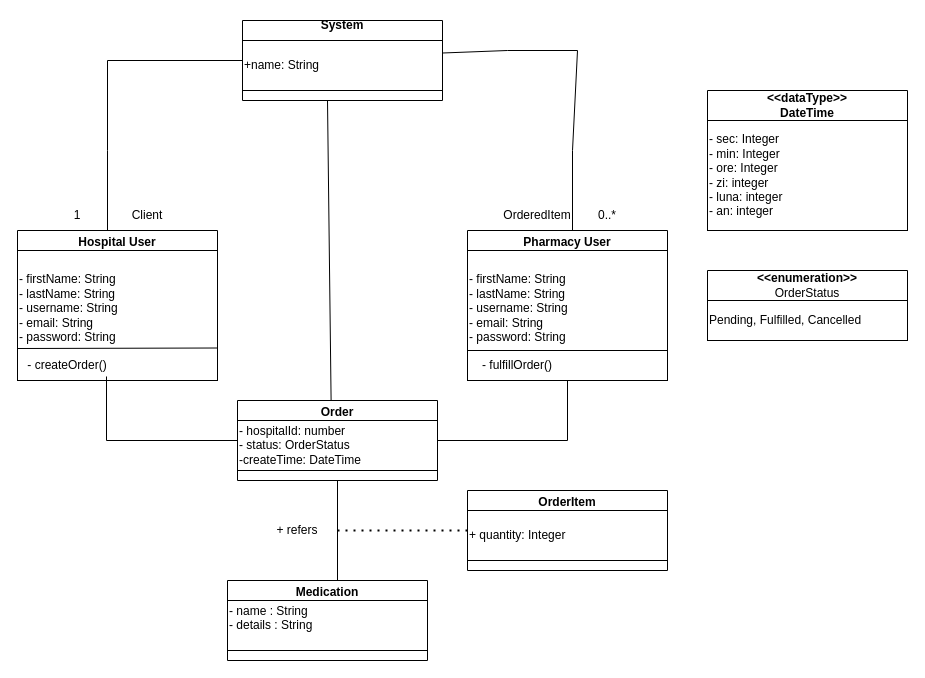
Before: Lab3/ModelulConceptual.drawio in sorinturculet/ISS, a draw.io diagram. Source tidied: cells renumbered, new cells numbered last; positions are measured from the earlier drawing's top-left corner, leaving out a move shared by most shapes. Both pictures are drawn from the tidied source at 100%, with x=0, y=0 at pixel (17, 20).
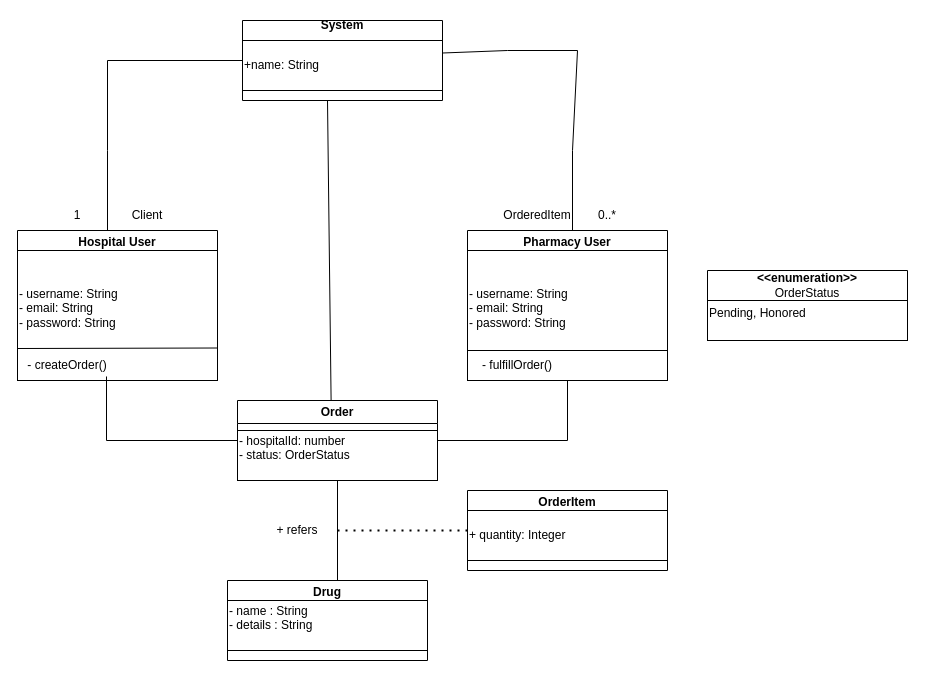
The same page after the edit.

Unchanged cells that the change refers to:
```xml
<mxCell id="2" value="Hospital User" style="swimlane;whiteSpace=wrap;html=1;" parent="1" vertex="1">
  <mxGeometry y="210" width="200" height="150" as="geometry" />
</mxCell>
<mxCell id="8" value="Pharmacy User" style="swimlane;whiteSpace=wrap;html=1;" parent="1" vertex="1">
  <mxGeometry x="450" y="210" width="200" height="150" as="geometry" />
</mxCell>
<mxCell id="12" value="&amp;lt;&amp;lt;enumeration&amp;gt;&amp;gt;&lt;div&gt;&lt;span style=&quot;font-weight: 400; text-align: left;&quot;&gt;OrderStatus&lt;/span&gt;&lt;/div&gt;" style="swimlane;whiteSpace=wrap;html=1;startSize=30;" parent="1" vertex="1">
  <mxGeometry x="690" y="250" width="200" height="60" as="geometry" />
</mxCell>
<mxCell id="23" value="&lt;div&gt;Order&lt;/div&gt;" style="swimlane;whiteSpace=wrap;html=1;" parent="1" vertex="1">
  <mxGeometry x="220" y="380" width="200" height="80" as="geometry" />
</mxCell>
```

The edit, as a diff of the source:
```diff
@@
-    <mxCell id="3" value="- firstName: String&lt;div&gt;- lastName: String&lt;/div&gt;&lt;div&gt;- username: String&lt;/div&gt;&lt;div&gt;- email: String&lt;/div&gt;&lt;div&gt;- password: String&lt;/div&gt;&lt;div&gt;&lt;br&gt;&lt;/div&gt;" style="rounded=0;whiteSpace=wrap;html=1;align=left;" parent="2" vertex="1">
+    <mxCell id="3" value="&lt;div&gt;- username: String&lt;/div&gt;&lt;div&gt;- email: String&lt;/div&gt;&lt;div&gt;- password: String&lt;/div&gt;&lt;div&gt;&lt;br&gt;&lt;/div&gt;" style="rounded=0;whiteSpace=wrap;html=1;align=left;" parent="2" vertex="1">
       <mxGeometry y="20" width="200" height="130" as="geometry" />
     </mxCell>
@@
-    <mxCell id="6" value="&amp;lt;&amp;lt;dataType&amp;gt;&amp;gt;&lt;div&gt;DateTime&lt;/div&gt;" style="swimlane;whiteSpace=wrap;html=1;startSize=30;" parent="1" vertex="1">
-      <mxGeometry x="690" y="70" width="200" height="140" as="geometry" />
-    </mxCell>
-    <mxCell id="7" value="- sec: Integer&lt;div&gt;- min: Integer&lt;/div&gt;&lt;div&gt;- ore: Integer&lt;/div&gt;&lt;div&gt;- zi: integer&lt;/div&gt;&lt;div&gt;- luna: integer&lt;/div&gt;&lt;div&gt;- an: integer&lt;/div&gt;" style="rounded=0;whiteSpace=wrap;html=1;align=left;" parent="6" vertex="1">
-      <mxGeometry y="30" width="200" height="110" as="geometry" />
-    </mxCell>
@@
-    <mxCell id="9" value="- firstName: String&lt;div&gt;- lastName: String&lt;/div&gt;&lt;div&gt;- username: String&lt;/div&gt;&lt;div&gt;- email: String&lt;/div&gt;&lt;div&gt;- password: String&lt;/div&gt;&lt;div&gt;&lt;br&gt;&lt;/div&gt;" style="rounded=0;whiteSpace=wrap;html=1;align=left;" parent="8" vertex="1">
+    <mxCell id="9" value="&lt;div&gt;- username: String&lt;/div&gt;&lt;div&gt;- email: String&lt;/div&gt;&lt;div&gt;- password: String&lt;/div&gt;&lt;div&gt;&lt;br&gt;&lt;/div&gt;" style="rounded=0;whiteSpace=wrap;html=1;align=left;" parent="8" vertex="1">
       <mxGeometry y="20" width="200" height="130" as="geometry" />
     </mxCell>
@@
-    <mxCell id="13" value="Pending, Fulfilled, Cancelled" style="rounded=0;whiteSpace=wrap;html=1;align=left;" parent="12" vertex="1">
+    <mxCell id="13" value="Pending, Honored&lt;div&gt;&lt;br&gt;&lt;/div&gt;" style="rounded=0;whiteSpace=wrap;html=1;align=left;" parent="12" vertex="1">
       <mxGeometry y="30" width="200" height="40" as="geometry" />
     </mxCell>
@@
-    <mxCell id="24" value="- hospitalId: number&lt;div&gt;- status: OrderStatus&lt;/div&gt;&lt;div&gt;-createTime: DateTime&lt;/div&gt;" style="rounded=0;whiteSpace=wrap;html=1;align=left;" parent="23" vertex="1">
-      <mxGeometry y="20" width="200" height="50" as="geometry" />
+    <mxCell id="24" value="- hospitalId: number&lt;div&gt;- status: OrderStatus&lt;/div&gt;&lt;div&gt;&lt;br&gt;&lt;/div&gt;" style="rounded=0;whiteSpace=wrap;html=1;align=left;" parent="23" vertex="1">
+      <mxGeometry y="30" width="200" height="50" as="geometry" />
     </mxCell>
@@
-    <mxCell id="28" value="&lt;div&gt;Medication&lt;/div&gt;" style="swimlane;whiteSpace=wrap;html=1;" parent="1" vertex="1">
+    <mxCell id="28" value="&lt;div&gt;Drug&lt;/div&gt;" style="swimlane;whiteSpace=wrap;html=1;startSize=23;" parent="1" vertex="1">
       <mxGeometry x="210" y="560" width="200" height="80" as="geometry" />
     </mxCell>
```
